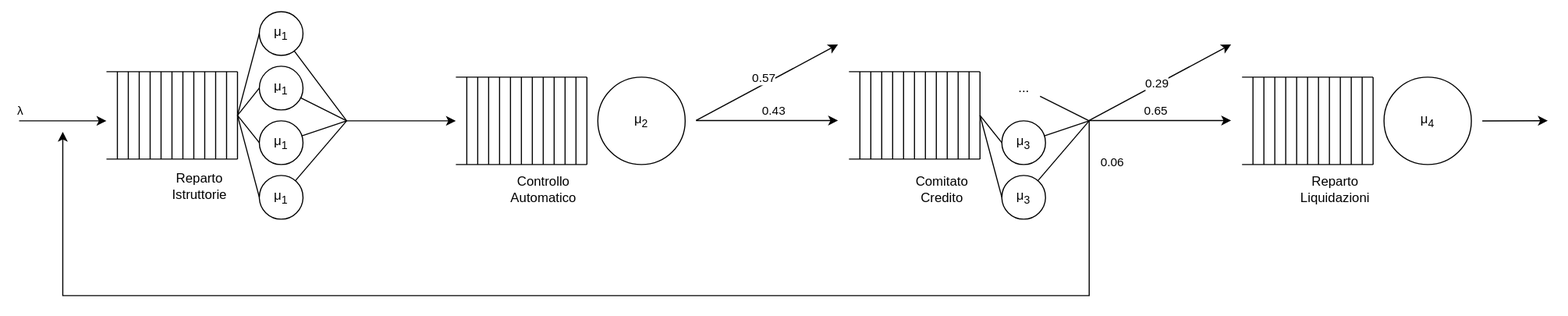
This is files/base.svg from EdoMan000/PMCSN_Proj, a draw.io export, as it was before one commit. Source tidied: cells renumbered, new cells last; positions are measured from the earlier drawing's top-left corner, leaving out a move shared by most shapes.
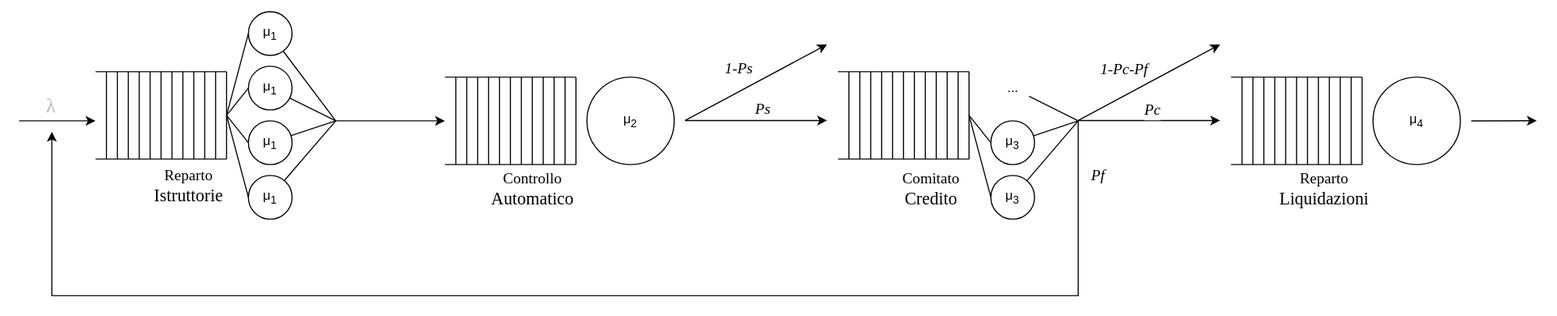
Above is the later version.

Commit message:
modified schemes and time in Comitato to 480

Change to the diagram source:
```diff
@@ -237,20 +237,15 @@
         <mxPoint x="120" y="95" as="sourcePoint" />
       </mxGeometry>
     </mxCell>
-    <mxCell id="47" value="&lt;div&gt;Reparto&lt;/div&gt;&lt;div&gt;Istruttorie&lt;br&gt;&lt;/div&gt;" style="text;html=1;align=center;verticalAlign=middle;strokeColor=none;fillColor=none;" parent="19" vertex="1">
-      <mxGeometry x="50" y="140" width="70" height="40" as="geometry" />
+    <mxCell id="47" value="&lt;div&gt;&lt;font face=&quot;Times New Roman&quot; style=&quot;font-size: 14px;&quot;&gt;Reparto&lt;/font&gt;&lt;/div&gt;&lt;div&gt;&lt;font face=&quot;DxT2rsCZhKO_iUsKvNvx&quot; size=&quot;3&quot;&gt;Istruttorie&lt;/font&gt;&lt;br&gt;&lt;/div&gt;" style="text;html=1;align=center;verticalAlign=middle;strokeColor=none;fillColor=none;" parent="19" vertex="1">
+      <mxGeometry x="40" y="135" width="90" height="50" as="geometry" />
     </mxCell>
     <mxCell id="48" style="endArrow=classic;html=1;rounded=0;" parent="1" edge="1">
       <mxGeometry relative="1" as="geometry">
-        <mxPoint y="100" as="sourcePoint" />
+        <mxPoint x="10" y="100" as="sourcePoint" />
         <mxPoint x="80" y="100" as="targetPoint" />
       </mxGeometry>
     </mxCell>
-    <mxCell id="49" value="λ" style="edgeLabel;html=1;align=center;verticalAlign=middle;" parent="48" vertex="1">
-      <mxGeometry x="-0.54" y="2" relative="1" as="geometry">
-        <mxPoint x="-18" y="-8" as="offset" />
-      </mxGeometry>
-    </mxCell>
     <mxCell id="50" style="endArrow=classic;html=1;rounded=0;" parent="1" edge="1">
       <mxGeometry relative="1" as="geometry">
         <mxPoint x="300" y="100" as="sourcePoint" />
@@ -263,9 +258,9 @@
         <mxPoint x="750" y="99.7" as="targetPoint" />
       </mxGeometry>
     </mxCell>
-    <mxCell id="52" value="0.43" style="edgeLabel;html=1;align=center;verticalAlign=middle;" parent="51" vertex="1">
+    <mxCell id="52" value="&lt;font face=&quot;Times New Roman&quot; style=&quot;font-size: 14px;&quot;&gt;&lt;i style=&quot;&quot;&gt;Ps&lt;/i&gt;&lt;/font&gt;" style="edgeLabel;html=1;align=center;verticalAlign=middle;" parent="51" vertex="1">
       <mxGeometry x="-0.07" y="1" relative="1" as="geometry">
-        <mxPoint x="10" y="-9" as="offset" />
+        <mxPoint x="9" y="-9" as="offset" />
       </mxGeometry>
     </mxCell>
     <mxCell id="53" style="endArrow=classic;html=1;rounded=0;" parent="1" edge="1">
@@ -274,33 +269,18 @@
         <mxPoint x="750" y="30" as="targetPoint" />
       </mxGeometry>
     </mxCell>
-    <mxCell id="54" value="0.57" style="edgeLabel;html=1;align=center;verticalAlign=middle;" parent="53" vertex="1">
-      <mxGeometry x="-0.08" y="-1" relative="1" as="geometry">
-        <mxPoint y="-8" as="offset" />
-      </mxGeometry>
-    </mxCell>
     <mxCell id="55" style="endArrow=classic;html=1;rounded=0;" parent="1" edge="1">
       <mxGeometry relative="1" as="geometry">
         <mxPoint x="980" y="99.7" as="sourcePoint" />
         <mxPoint x="1110" y="99.7" as="targetPoint" />
       </mxGeometry>
     </mxCell>
-    <mxCell id="56" value="0.65" style="edgeLabel;html=1;align=center;verticalAlign=middle;" parent="55" vertex="1">
-      <mxGeometry x="-0.23" y="-1" relative="1" as="geometry">
-        <mxPoint x="10" y="-11" as="offset" />
-      </mxGeometry>
-    </mxCell>
     <mxCell id="57" style="endArrow=classic;html=1;rounded=0;" parent="1" edge="1">
       <mxGeometry relative="1" as="geometry">
         <mxPoint x="980" y="99.7" as="sourcePoint" />
         <mxPoint x="1110" y="30" as="targetPoint" />
       </mxGeometry>
     </mxCell>
-    <mxCell id="58" value="0.29" style="edgeLabel;html=1;align=center;verticalAlign=middle;" parent="57" vertex="1">
-      <mxGeometry x="-0.06" y="1" relative="1" as="geometry">
-        <mxPoint y="-1" as="offset" />
-      </mxGeometry>
-    </mxCell>
     <mxCell id="59" style="endArrow=classic;html=1;rounded=0;" parent="1" edge="1">
       <mxGeometry relative="1" as="geometry">
         <mxPoint x="980" y="100" as="sourcePoint" />
@@ -311,11 +291,6 @@
         </Array>
       </mxGeometry>
     </mxCell>
-    <mxCell id="60" value="0.06" style="edgeLabel;html=1;align=center;verticalAlign=middle;" parent="59" vertex="1">
-      <mxGeometry x="-0.94" relative="1" as="geometry">
-        <mxPoint x="20" as="offset" />
-      </mxGeometry>
-    </mxCell>
     <mxCell id="61" style="group;" parent="1" vertex="1">
       <mxGeometry x="1120" y="60" width="210" height="80" as="geometry" />
     </mxCell>
@@ -415,14 +390,14 @@
         <mxPoint x="1400" y="99.8" as="targetPoint" />
       </mxGeometry>
     </mxCell>
-    <mxCell id="79" value="&lt;div&gt;Controllo&lt;/div&gt;&lt;div&gt;Automatico&lt;br&gt;&lt;/div&gt;" style="text;html=1;align=center;verticalAlign=middle;strokeColor=none;fillColor=none;" parent="1" vertex="1">
-      <mxGeometry x="440" y="143" width="80" height="40" as="geometry" />
+    <mxCell id="79" value="&lt;div&gt;&lt;font face=&quot;Times New Roman&quot; style=&quot;font-size: 14px;&quot;&gt;Controllo&lt;/font&gt;&lt;/div&gt;&lt;div&gt;&lt;font face=&quot;ZKOLPn8a9pHNfI-AxLox&quot; size=&quot;3&quot;&gt;Automatico&lt;/font&gt;&lt;br&gt;&lt;/div&gt;" style="text;html=1;align=center;verticalAlign=middle;strokeColor=none;fillColor=none;" parent="1" vertex="1">
+      <mxGeometry x="430" y="138" width="100" height="50" as="geometry" />
     </mxCell>
-    <mxCell id="80" value="&lt;div&gt;Comitato&lt;/div&gt;&lt;div&gt;Credito&lt;br&gt;&lt;/div&gt;" style="text;html=1;align=center;verticalAlign=middle;strokeColor=none;fillColor=none;" parent="1" vertex="1">
-      <mxGeometry x="810" y="143" width="70" height="40" as="geometry" />
+    <mxCell id="80" value="&lt;div&gt;&lt;font face=&quot;Times New Roman&quot; style=&quot;font-size: 14px;&quot;&gt;Comitato&lt;/font&gt;&lt;/div&gt;&lt;div&gt;&lt;font face=&quot;JLC4XrAW44KX79dV8_kG&quot; size=&quot;3&quot;&gt;Credito&lt;/font&gt;&lt;br&gt;&lt;/div&gt;" style="text;html=1;align=center;verticalAlign=middle;strokeColor=none;fillColor=none;" parent="1" vertex="1">
+      <mxGeometry x="805" y="138" width="80" height="50" as="geometry" />
     </mxCell>
-    <mxCell id="81" value="&lt;div&gt;Reparto&lt;/div&gt;&lt;div&gt;Liquidazioni&lt;br&gt;&lt;/div&gt;" style="text;html=1;align=center;verticalAlign=middle;strokeColor=none;fillColor=none;" parent="1" vertex="1">
-      <mxGeometry x="1160" y="143" width="90" height="40" as="geometry" />
+    <mxCell id="81" value="&lt;div&gt;&lt;font face=&quot;Times New Roman&quot; style=&quot;font-size: 14px;&quot;&gt;Reparto&lt;/font&gt;&lt;/div&gt;&lt;div&gt;&lt;font face=&quot;oJQZ4af__IDwi4UF3Qto&quot; size=&quot;3&quot;&gt;Liquidazioni&lt;/font&gt;&lt;br&gt;&lt;/div&gt;" style="text;html=1;align=center;verticalAlign=middle;strokeColor=none;fillColor=none;" parent="1" vertex="1">
+      <mxGeometry x="1150" y="138" width="110" height="50" as="geometry" />
     </mxCell>
     <mxCell id="82" style="group;" parent="1" vertex="1">
       <mxGeometry x="760" width="180" height="190" as="geometry" />
@@ -548,5 +523,30 @@
     <mxCell id="105" value="..." style="text;html=1;align=center;verticalAlign=middle;points=[];strokeColor=none;fillColor=none;" parent="82" vertex="1">
       <mxGeometry x="145" y="55" width="30" height="30" as="geometry" />
     </mxCell>
+    <mxCell id="106" value="&lt;i style=&quot;font-size: 14px;&quot;&gt;&lt;font face=&quot;Times New Roman&quot;&gt;1-Ps&lt;/font&gt;&lt;/i&gt;" style="edgeLabel;html=1;align=center;verticalAlign=middle;" parent="1" vertex="1">
+      <mxGeometry x="680" y="65" as="geometry">
+        <mxPoint x="-12" y="-14" as="offset" />
+      </mxGeometry>
+    </mxCell>
+    <mxCell id="107" value="&lt;font face=&quot;Times New Roman&quot; style=&quot;font-size: 14px;&quot;&gt;&lt;i style=&quot;&quot;&gt;Pc&lt;/i&gt;&lt;/font&gt;" style="edgeLabel;html=1;align=center;verticalAlign=middle;" parent="1" vertex="1">
+      <mxGeometry x="1071" y="92" as="geometry">
+        <mxPoint x="-24" y="-2" as="offset" />
+      </mxGeometry>
+    </mxCell>
+    <mxCell id="108" value="&lt;font face=&quot;Times New Roman&quot; style=&quot;font-size: 14px;&quot;&gt;&lt;i style=&quot;&quot;&gt;Pf&lt;/i&gt;&lt;/font&gt;" style="edgeLabel;html=1;align=center;verticalAlign=middle;" parent="1" vertex="1">
+      <mxGeometry x="1021" y="152" as="geometry">
+        <mxPoint x="-24" y="-2" as="offset" />
+      </mxGeometry>
+    </mxCell>
+    <mxCell id="109" value="&lt;font face=&quot;Times New Roman&quot; style=&quot;font-size: 14px;&quot;&gt;&lt;i style=&quot;&quot;&gt;1-Pc-Pf&lt;/i&gt;&lt;/font&gt;" style="edgeLabel;html=1;align=center;verticalAlign=middle;" parent="1" vertex="1">
+      <mxGeometry x="1040" y="50" as="geometry">
+        <mxPoint x="-19" y="3" as="offset" />
+      </mxGeometry>
+    </mxCell>
+    <mxCell id="49" value="&lt;div style=&quot;text-align: left;&quot;&gt;&lt;span style=&quot;background-color: rgb(255, 255, 255); font-size: 18px; text-wrap: wrap; --darkreader-inline-bgcolor: #181a1b;&quot;&gt;&lt;font style=&quot;--darkreader-inline-color: #bdb7ae;&quot; face=&quot;Times New Roman&quot; color=&quot;#c1bcb4&quot;&gt;λ&lt;/font&gt;&lt;/span&gt;&lt;/div&gt;" style="edgeLabel;html=1;align=center;verticalAlign=middle;" parent="1" vertex="1">
+      <mxGeometry x="50" y="100" as="geometry">
+        <mxPoint x="-12" y="-14" as="offset" />
+      </mxGeometry>
+    </mxCell>
   </root>
 </mxGraphModel>
```
